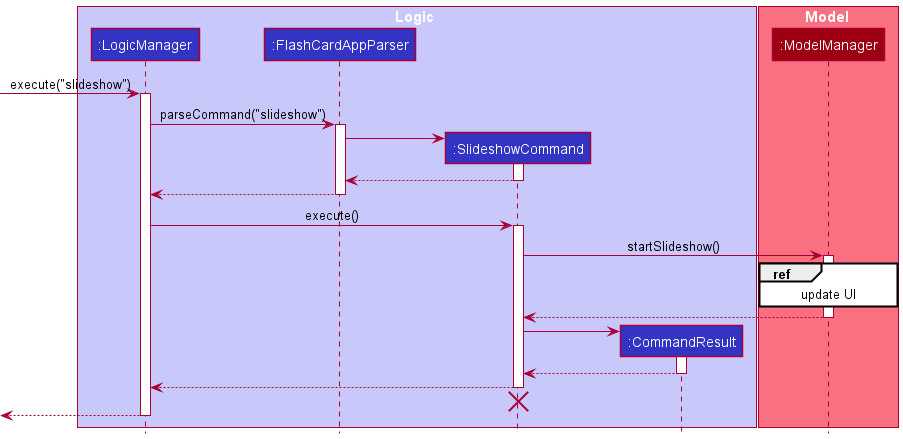
The PlantUML diagram docs/images/SlideshowSequenceDiagram.png in sharmainec/tp, before a commit. Its diagram source:
```plantuml
@startuml
!include style.puml

box Logic LOGIC_COLOR_T1
participant ":LogicManager" as LogicManager LOGIC_COLOR
participant ":FlashCardAppParser" as FlashCardAppParser LOGIC_COLOR
participant ":SlideshowCommand" as SlideshowCommand LOGIC_COLOR
participant ":CommandResult" as CommandResult LOGIC_COLOR
end box

box Model MODEL_COLOR_T1
participant ":ModelManager" as ModelManager MODEL_COLOR
end box

[-> LogicManager : execute("slideshow")
activate LogicManager

LogicManager -> FlashCardAppParser : parseCommand("slideshow")
activate FlashCardAppParser

create SlideshowCommand
FlashCardAppParser -> SlideshowCommand
activate SlideshowCommand

FlashCardAppParser <-- SlideshowCommand
deactivate SlideshowCommand

LogicManager <-- FlashCardAppParser
deactivate FlashCardAppParser

LogicManager -> SlideshowCommand : execute()
activate SlideshowCommand

SlideshowCommand -> ModelManager : startSlideshow()
activate ModelManager

ref over ModelManager
    update UI
end

SlideshowCommand <-- ModelManager
deactivate ModelManager

create CommandResult
SlideshowCommand -> CommandResult
activate CommandResult

SlideshowCommand <-- CommandResult
deactivate CommandResult

LogicManager <-- SlideshowCommand
deactivate SlideshowCommand
LogicManager <-[hidden]- SlideshowCommand
destroy SlideshowCommand

[<-- LogicManager
deactivate LogicManager
@enduml
```
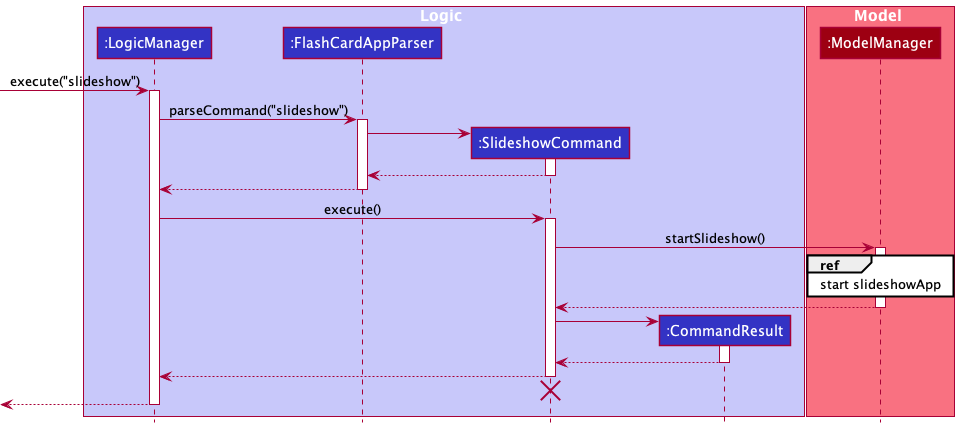
The same file after the commit.

Commit message:
Update slideshow implementation details in Developer Guide

What changed in the source:
```diff
@@ -35,7 +35,7 @@
 activate ModelManager
 
 ref over ModelManager
-    update UI
+    start slideshowApp
 end
 
 SlideshowCommand <-- ModelManager
```
